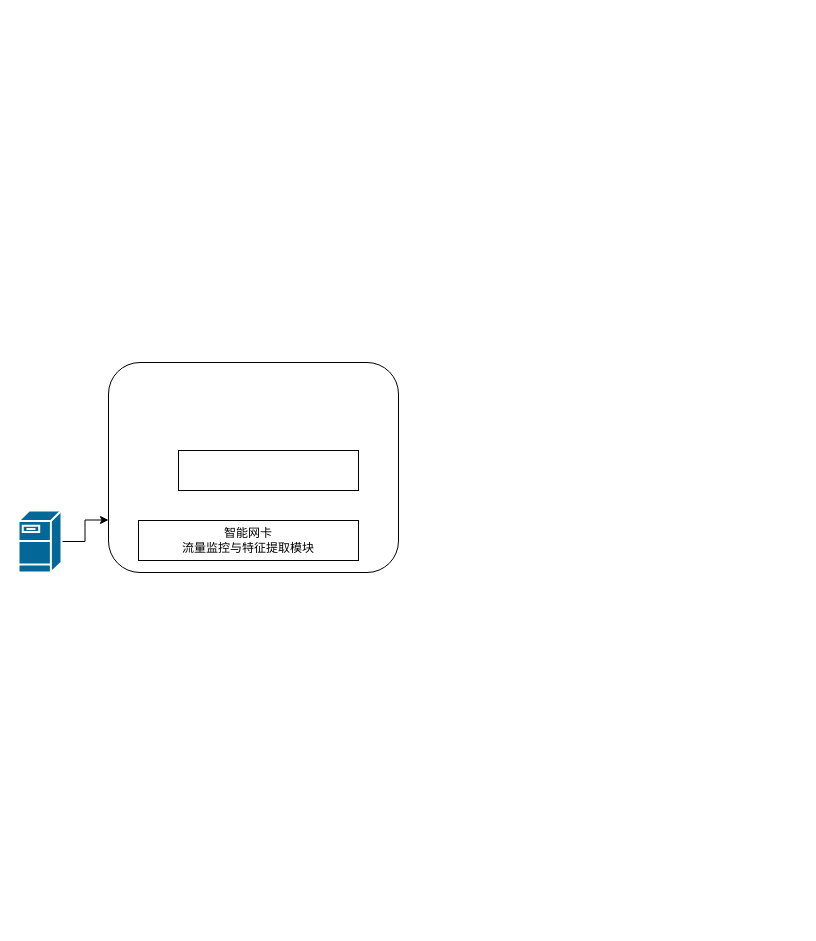
The draw.io diagram system-design.drawio in poetlife/diagrams, before the edit. Source tidied: cells renumbered, new cells numbered last; positions are measured from the earlier drawing's top-left corner, leaving out a move shared by most shapes. Both pictures are drawn from the tidied source at 100%, with x=0, y=0 at pixel (18, 362).
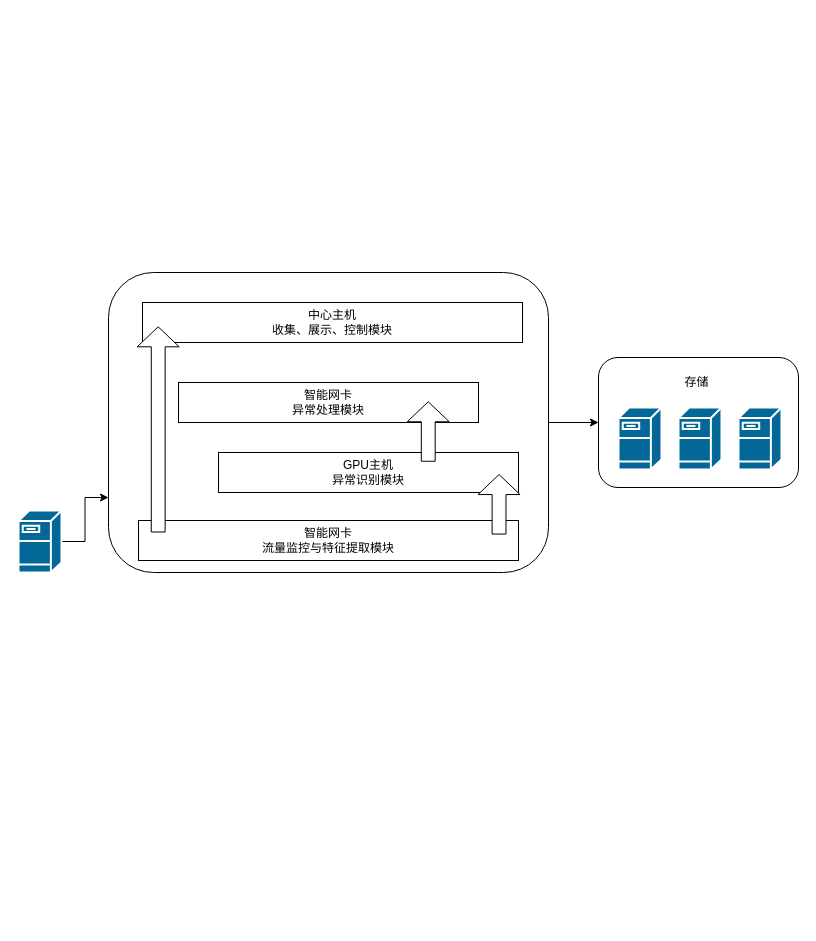
The same page after the edit.

What changed in the source:
```diff
@@
 <mxGraphModel>
   <root>
     <mxCell id="0" />
     <mxCell id="1" parent="0" />
     <mxCell id="2" style="edgeStyle=orthogonalEdgeStyle;rounded=0;jettySize=auto;html=1;exitX=1;exitY=0.5;exitDx=0;exitDy=0;exitPerimeter=0;entryX=0;entryY=0.75;entryDx=0;entryDy=0;" parent="1" edge="1" source="3" target="4">
       <mxGeometry relative="1" as="geometry" />
     </mxCell>
     <mxCell id="3" style="shape=mxgraph.cisco.servers.fileserver;sketch=0;html=1;dashed=0;fillColor=#036897;strokeColor=#ffffff;strokeWidth=2;verticalLabelPosition=bottom;verticalAlign=top;align=center;outlineConnect=0;" parent="1" vertex="1">
       <mxGeometry y="148" width="43" height="62" as="geometry" />
     </mxCell>
+    <mxCell id="7" style="edgeStyle=orthogonalEdgeStyle;rounded=0;jettySize=auto;html=1;exitX=1;exitY=0.5;exitDx=0;exitDy=0;entryX=0;entryY=0.5;entryDx=0;entryDy=0;" parent="1" edge="1" source="4" target="15">
+      <mxGeometry relative="1" as="geometry" />
+    </mxCell>
     <mxCell id="4" style="rounded=1;whiteSpace=wrap;html=1;" parent="1" vertex="1">
-      <mxGeometry x="90" width="290" height="210" as="geometry" />
+      <mxGeometry x="90" y="-90" width="440" height="300" as="geometry" />
     </mxCell>
     <mxCell id="5" value="智能网卡&lt;br&gt;流量监控与特征提取模块" style="rounded=0;whiteSpace=wrap;html=1;" parent="1" vertex="1">
-      <mxGeometry x="120" y="158" width="220" height="40" as="geometry" />
+      <mxGeometry x="120" y="158" width="380" height="40" as="geometry" />
     </mxCell>
-    <mxCell id="6" value="&lt;br&gt;&lt;br&gt;&lt;br&gt;&lt;br&gt;&lt;br&gt;&lt;br&gt;&lt;br&gt;&lt;br&gt;&lt;br&gt;&lt;br&gt;&lt;br&gt;&lt;br&gt;&lt;br&gt;&lt;br&gt;&lt;br&gt;&lt;br&gt;&lt;br&gt;&lt;br&gt;&lt;br&gt;&lt;br&gt;&lt;br&gt;&lt;br&gt;&lt;br&gt;&lt;br&gt;&lt;br&gt;&lt;br&gt;&lt;br&gt;&lt;br&gt;&lt;br&gt;&lt;br&gt;&lt;br&gt;&lt;br&gt;&lt;br&gt;&lt;br&gt;&lt;br&gt;&lt;br&gt;&lt;br&gt;&lt;br&gt;&lt;br&gt;&lt;br&gt;&lt;br&gt;&lt;br&gt;&lt;br&gt;&lt;br&gt;&lt;br&gt;&lt;br&gt;&lt;br&gt;&lt;br&gt;&lt;br&gt;&lt;br&gt;&lt;br&gt;&lt;br&gt;&lt;br&gt;&lt;br&gt;&lt;br&gt;&lt;br&gt;&lt;br&gt;&lt;br&gt;&lt;br&gt;&lt;br&gt;&lt;br&gt;&lt;br&gt;&lt;br&gt;" style="rounded=0;whiteSpace=wrap;html=1;" parent="1" vertex="1">
-      <mxGeometry x="160" y="88" width="180" height="40" as="geometry" />
-    </mxCell>
+    <mxCell id="8" value="GPU主机&lt;br&gt;异常识别模块" style="rounded=0;whiteSpace=wrap;html=1;" parent="1" vertex="1">
+      <mxGeometry x="200" y="90" width="300" height="40" as="geometry" />
+    </mxCell>
+    <mxCell id="9" style="html=1;shadow=0;dashed=0;align=center;verticalAlign=middle;shape=mxgraph.arrows2.arrow;dy=0.67;dx=20;notch=0;rotation=-90;" parent="1" vertex="1">
+      <mxGeometry x="450.8" y="120.8" width="59.5" height="42" as="geometry" />
+    </mxCell>
+    <mxCell id="10" value="中心主机&lt;br&gt;收集、展示、控制模块" style="rounded=0;whiteSpace=wrap;html=1;" parent="1" vertex="1">
+      <mxGeometry x="124" y="-60" width="380" height="40" as="geometry" />
+    </mxCell>
+    <mxCell id="11" value="智能网卡&lt;br&gt;异常处理模块" style="rounded=0;whiteSpace=wrap;html=1;" parent="1" vertex="1">
+      <mxGeometry x="160" y="20" width="300" height="40" as="geometry" />
+    </mxCell>
+    <mxCell id="12" style="html=1;shadow=0;dashed=0;align=center;verticalAlign=middle;shape=mxgraph.arrows2.arrow;dy=0.67;dx=20;notch=0;rotation=-90;" parent="1" vertex="1">
+      <mxGeometry x="37.1" y="45.9" width="205.2" height="42" as="geometry" />
+    </mxCell>
+    <mxCell id="13" style="html=1;shadow=0;dashed=0;align=center;verticalAlign=middle;shape=mxgraph.arrows2.arrow;dy=0.67;dx=20;notch=0;rotation=-90;" parent="1" vertex="1">
+      <mxGeometry x="380" y="48" width="59.5" height="42" as="geometry" />
+    </mxCell>
+    <mxCell id="14" style="group;" parent="1" vertex="1">
+      <mxGeometry x="580" y="-5" width="200" height="130" as="geometry" />
+    </mxCell>
+    <mxCell id="15" style="rounded=1;whiteSpace=wrap;html=1;" parent="14" vertex="1">
+      <mxGeometry width="200" height="130" as="geometry" />
+    </mxCell>
+    <mxCell id="16" style="shape=mxgraph.cisco.servers.fileserver;sketch=0;html=1;dashed=0;fillColor=#036897;strokeColor=#ffffff;strokeWidth=2;verticalLabelPosition=bottom;verticalAlign=top;align=center;" parent="14" vertex="1">
+      <mxGeometry x="20" y="50" width="43" height="62" as="geometry" />
+    </mxCell>
+    <mxCell id="17" style="shape=mxgraph.cisco.servers.fileserver;sketch=0;html=1;dashed=0;fillColor=#036897;strokeColor=#ffffff;strokeWidth=2;verticalLabelPosition=bottom;verticalAlign=top;align=center;" parent="14" vertex="1">
+      <mxGeometry x="80" y="50" width="43" height="62" as="geometry" />
+    </mxCell>
+    <mxCell id="18" style="shape=mxgraph.cisco.servers.fileserver;sketch=0;html=1;dashed=0;fillColor=#036897;strokeColor=#ffffff;strokeWidth=2;verticalLabelPosition=bottom;verticalAlign=top;align=center;" parent="14" vertex="1">
+      <mxGeometry x="140" y="50" width="43" height="62" as="geometry" />
+    </mxCell>
+    <mxCell id="19" value="存储" style="text;html=1;align=center;verticalAlign=middle;strokeColor=none;fillColor=none;" parent="14" vertex="1">
+      <mxGeometry x="73" y="10" width="50" height="30" as="geometry" />
+    </mxCell>
   </root>
 </mxGraphModel>
```
